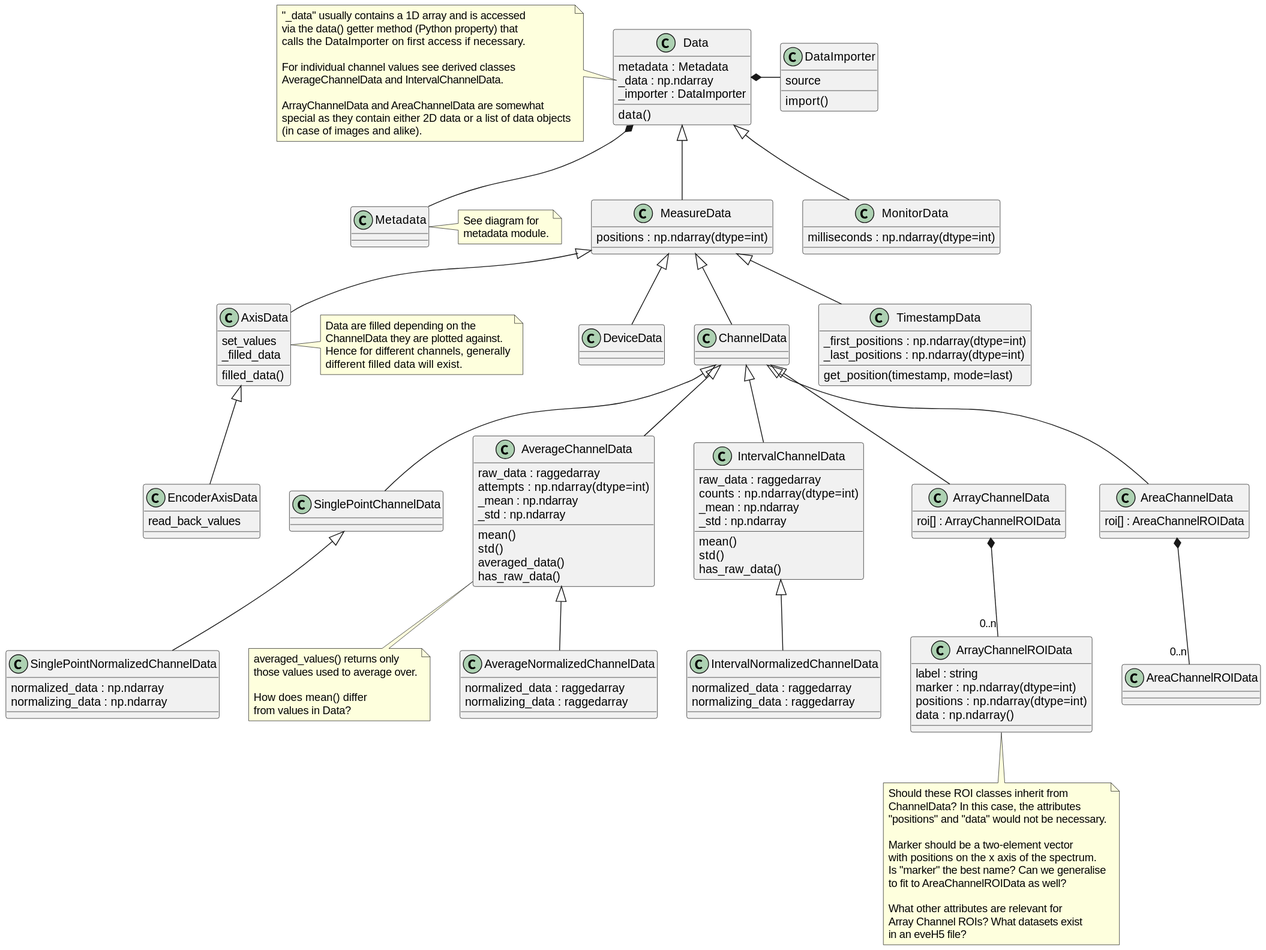
Before: docs/uml/evedata.evefile.data.svg, a diagram exported from PlantUML (tillbiskup/evedata).
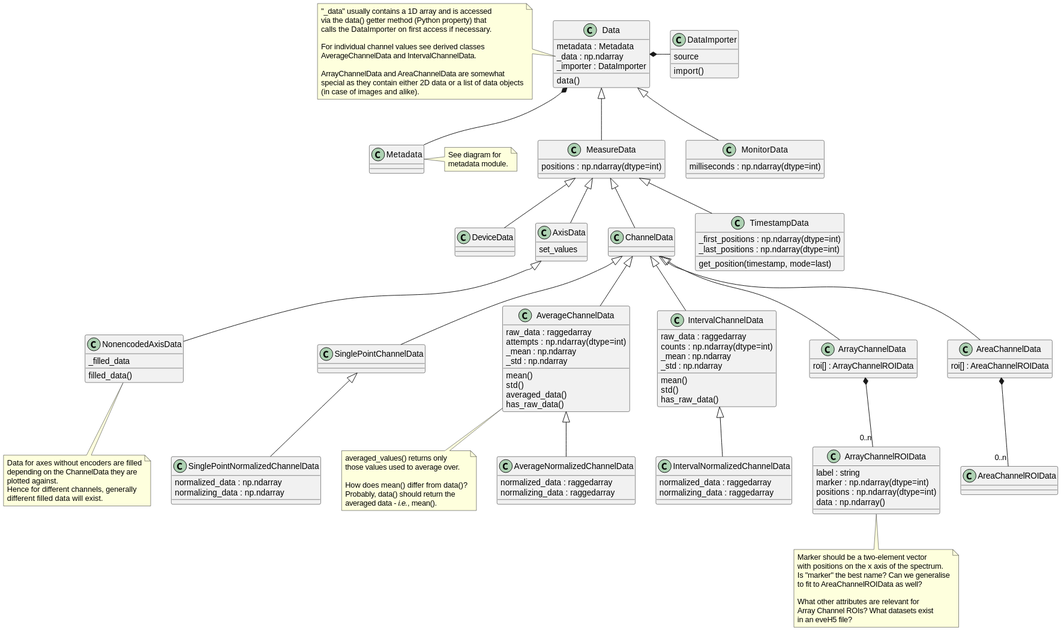
The same diagram one commit later.

Commit message:
Update data model: axis data

The edit, as a diff of the source:
```diff
@@ -43,19 +43,19 @@
 
 class AxisData extends MeasureData {
     set_values
+}
+
+class NonencodedAxisData extends AxisData {
     _filled_data
     filled_data()
 }
-note right of AxisData
-    Data are filled depending on the
-    ChannelData they are plotted against.
+note bottom of NonencodedAxisData
+    Data for axes without encoders are filled
+    depending on the ChannelData they are
+    plotted against.
     Hence for different channels, generally
     different filled data will exist.
 endnote
-
-class EncoderAxisData extends AxisData {
-    read_back_values
-}
 
 class ChannelData extends MeasureData {
 }
@@ -87,8 +87,9 @@
     averaged_values() returns only
     those values used to average over.
 
-    How does mean() differ
-    from values in Data?
+    How does mean() differ from data()?
+    Probably, data() should return the
+    averaged data - <i>i.e.</i>, mean().
 end note
 
 class AverageNormalizedChannelData extends AverageChannelData {
@@ -125,10 +126,6 @@
     {field} data : np.ndarray()
 }
 note bottom of ArrayChannelROIData
-    Should these ROI classes inherit from
-    ChannelData? In this case, the attributes
-    "positions" and "data" would not be necessary.
-
     Marker should be a two-element vector
     with positions on the x axis of the spectrum.
     Is "marker" the best name? Can we generalise
```
